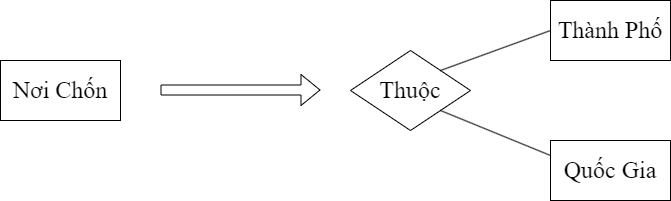
Earlier version of the draw.io export Luật thứ nhất(trên xuống).png (datnham0212/learning). Source tidied: cells renumbered, new cells last; positions are measured from the earlier drawing's top-left corner, leaving out a move shared by most shapes.
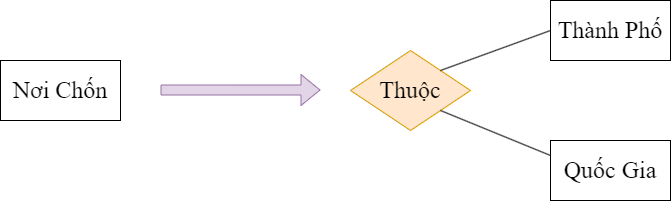
The same diagram one commit later.

Diff of the diagram source:
```diff
@@ -11,13 +11,13 @@
     <mxCell id="4" value="Quốc Gia" style="rounded=0;whiteSpace=wrap;html=1;fontFamily=Times New Roman;fontSize=24;" parent="1" vertex="1">
       <mxGeometry x="550" y="140" width="120" height="60" as="geometry" />
     </mxCell>
-    <mxCell id="5" style="shape=flexArrow;endArrow=classic;html=1;rounded=0;fontFamily=Times New Roman;fontSize=24;" parent="1" edge="1">
+    <mxCell id="5" style="shape=flexArrow;endArrow=classic;html=1;rounded=0;fontFamily=Times New Roman;fontSize=24;fillColor=#e1d5e7;strokeColor=#9673a6;" parent="1" edge="1">
       <mxGeometry relative="1" as="geometry">
         <mxPoint x="160" y="89.5" as="sourcePoint" />
         <mxPoint x="320" y="89.5" as="targetPoint" />
       </mxGeometry>
     </mxCell>
-    <mxCell id="6" value="Thuộc" style="rhombus;whiteSpace=wrap;html=1;fontFamily=Times New Roman;fontSize=24;" parent="1" vertex="1">
+    <mxCell id="6" value="Thuộc" style="rhombus;whiteSpace=wrap;html=1;fontFamily=Times New Roman;fontSize=24;fillColor=#ffe6cc;strokeColor=#d79b00;" parent="1" vertex="1">
       <mxGeometry x="350" y="50" width="120" height="80" as="geometry" />
     </mxCell>
     <mxCell id="7" style="endArrow=none;html=1;rounded=0;entryX=0;entryY=0.5;entryDx=0;entryDy=0;fontFamily=Times New Roman;fontSize=24;" parent="1" edge="1" target="3">
```
